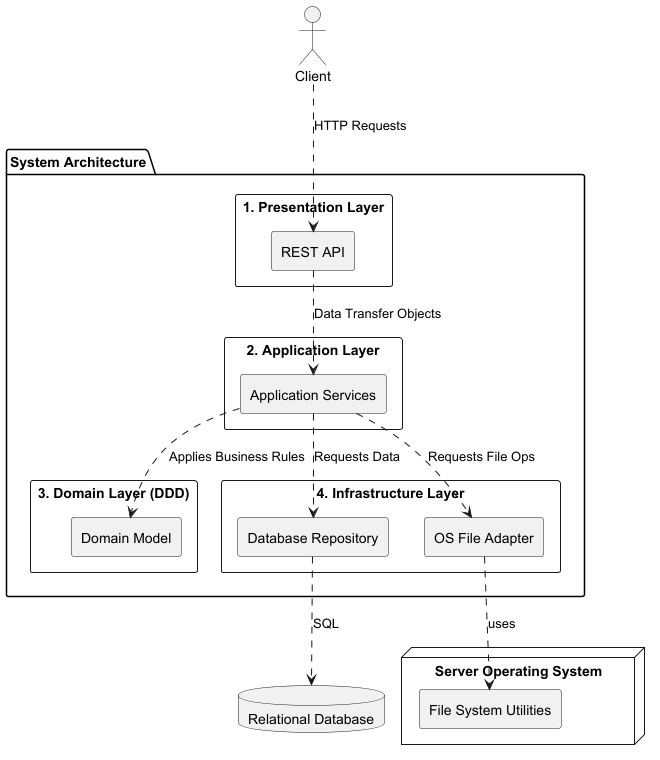
Earlier version of the PlantUML export Documentation/Analysis/architeture.png (mei-desofs/desofs2026-tue_crr_3). The source it was exported from:
```plantuml
@startuml
skinparam componentStyle rectangle

actor "Client" as Client

package "System Architecture" {

    component "1. Presentation Layer" as Presentation {
        [REST API] as API
    }

    component "2. Application Layer" as AppLayer {
        [Application Services] as Services
    }

    component "3. Domain Layer (DDD)" as DomainLayer {
        [Domain Model] as Domain
    }

    component "4. Infrastructure Layer" as InfraLayer {
        [Database Repository] as Repo
        [OS File Adapter] as OSAdapter
    }
}

database "Relational Database" as DB
node "Server Operating System" as OS {
    [File System Utilities] as OSFS
}

Client .down.> API : HTTP Requests
API .down.> Services : Data Transfer Objects
Services .down.> Domain : Applies Business Rules
Services .down.> Repo : Requests Data
Services .down.> OSAdapter : Requests File Ops

Repo .down.> DB : SQL
OSAdapter .down.> OSFS : uses

@enduml
```
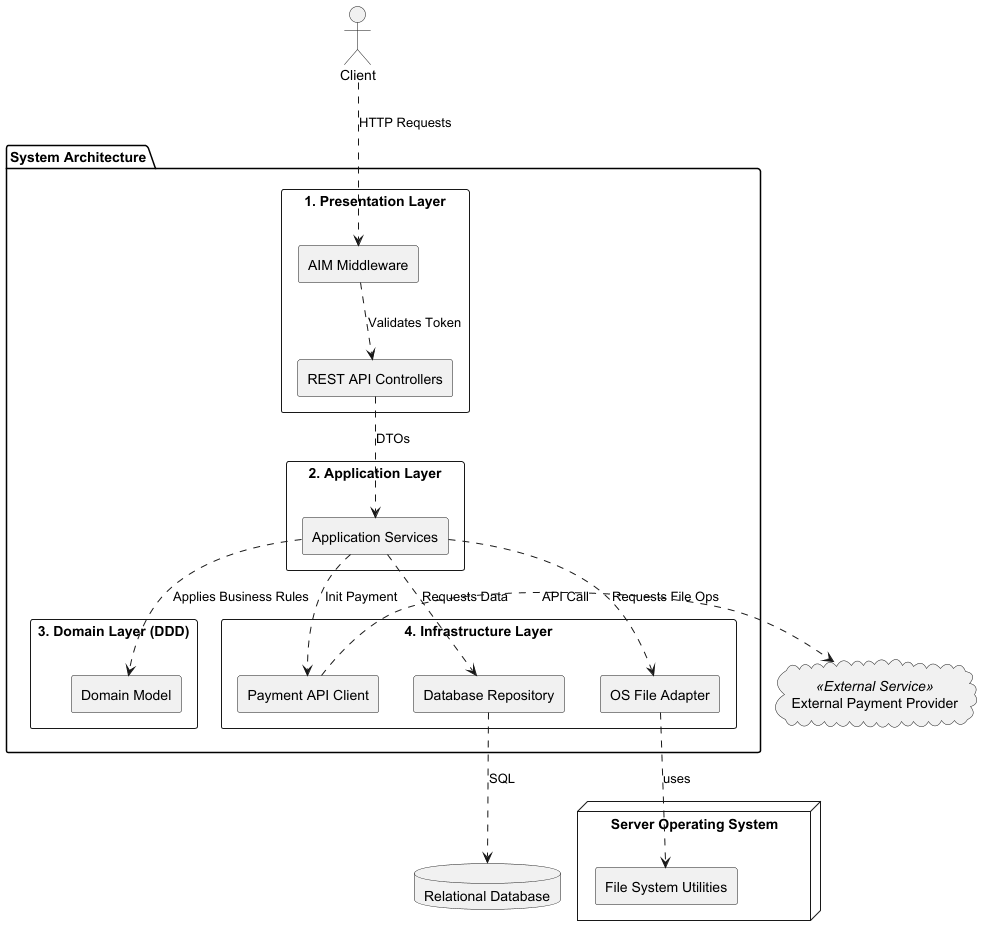
Later version of the same file.

What changed in the source:
```diff
@@ -3,10 +3,13 @@
 
 actor "Client" as Client
 
+cloud "External Payment Provider" as EPP <<External Service>>
+
 package "System Architecture" {
 
     component "1. Presentation Layer" as Presentation {
-        [REST API] as API
+        [AIM Middleware] as AuthFilter
+        [REST API Controllers] as API
     }
 
     component "2. Application Layer" as AppLayer {
@@ -20,6 +23,7 @@
     component "4. Infrastructure Layer" as InfraLayer {
         [Database Repository] as Repo
         [OS File Adapter] as OSAdapter
+        [Payment API Client] as PaymentClient
     }
 }
 
@@ -28,13 +32,18 @@
     [File System Utilities] as OSFS
 }
 
-Client .down.> API : HTTP Requests
-API .down.> Services : Data Transfer Objects
+
+Client .down.> AuthFilter : HTTP Requests
+AuthFilter .down.> API : Validates Token
+API .down.> Services : DTOs
+
 Services .down.> Domain : Applies Business Rules
 Services .down.> Repo : Requests Data
 Services .down.> OSAdapter : Requests File Ops
+Services .down.> PaymentClient : Init Payment
 
 Repo .down.> DB : SQL
 OSAdapter .down.> OSFS : uses
+PaymentClient .right.> EPP: API Call
 
 @enduml
```
